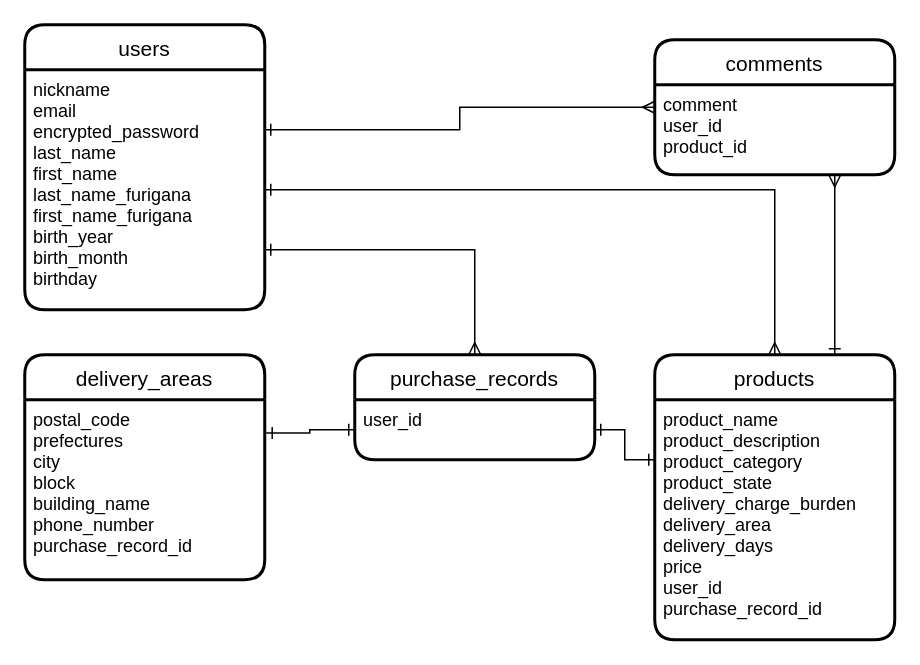
Earlier version of the draw.io diagram er.dio (HijiriOkuhara/furima-36024). Source tidied: cells renumbered, new cells numbered last; positions are measured from the earlier drawing's top-left corner, leaving out a move shared by most shapes. Both pictures are drawn from the tidied source at 150%, with x=0, y=0 at pixel (24, 24).
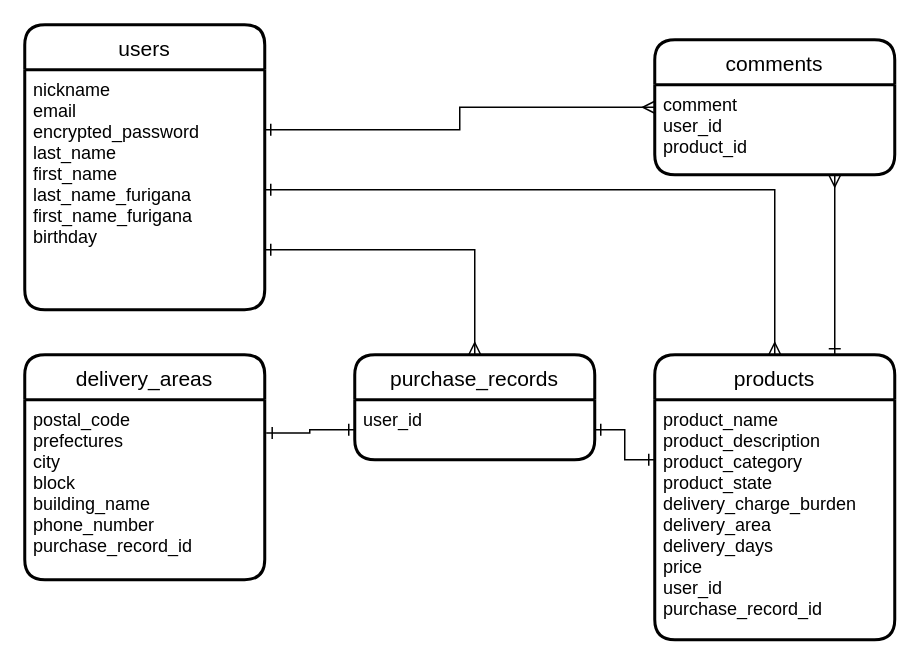
After the change.

What changed in the source:
```diff
@@
 <mxGraphModel>
   <root>
     <mxCell id="0" />
     <mxCell id="1" parent="0" />
     <mxCell id="2" value="users" style="swimlane;horizontal=1;startSize=30;rounded=1;fontSize=14;fontStyle=0;strokeWidth=2;shadow=0;dashed=0;align=center;" parent="1" vertex="1">
       <mxGeometry width="160" height="190" as="geometry" />
     </mxCell>
-    <mxCell id="3" value="nickname&#10;email&#10;encrypted_password&#10;last_name&#10;first_name&#10;last_name_furigana&#10;first_name_furigana&#10;birth_year&#10;birth_month&#10;birthday" style="align=left;strokeColor=none;fillColor=none;spacingLeft=4;fontSize=12;verticalAlign=top;" parent="2" vertex="1">
+    <mxCell id="3" value="nickname&#10;email&#10;encrypted_password&#10;last_name&#10;first_name&#10;last_name_furigana&#10;first_name_furigana&#10;birthday" style="align=left;strokeColor=none;fillColor=none;spacingLeft=4;fontSize=12;verticalAlign=top;" parent="2" vertex="1">
       <mxGeometry y="30" width="160" height="160" as="geometry" />
     </mxCell>
     <mxCell id="4" style="edgeStyle=orthogonalEdgeStyle;rounded=0;jettySize=auto;html=1;exitX=0.75;exitY=0;exitDx=0;exitDy=0;entryX=0.75;entryY=1;entryDx=0;entryDy=0;startArrow=ERone;startFill=0;endArrow=ERmany;endFill=0;" parent="1" edge="1" source="5" target="8">
       <mxGeometry relative="1" as="geometry" />
     </mxCell>
     <mxCell id="5" value="products" style="swimlane;horizontal=1;startSize=30;rounded=1;fontSize=14;fontStyle=0;strokeWidth=2;shadow=0;dashed=0;align=center;" parent="1" vertex="1">
       <mxGeometry x="420" y="220" width="160" height="190" as="geometry" />
     </mxCell>
     <mxCell id="6" value="product_name&#10;product_description&#10;product_category&#10;product_state&#10;delivery_charge_burden&#10;delivery_area&#10;delivery_days&#10;price&#10;user_id&#10;purchase_record_id" style="align=left;strokeColor=none;fillColor=none;spacingLeft=4;fontSize=12;verticalAlign=top;" parent="5" vertex="1">
       <mxGeometry y="30" width="160" height="160" as="geometry" />
     </mxCell>
     <mxCell id="7" value="comments" style="swimlane;horizontal=1;startSize=30;rounded=1;fontSize=14;fontStyle=0;strokeWidth=2;shadow=0;dashed=0;align=center;" parent="1" vertex="1">
       <mxGeometry x="420" y="10" width="160" height="90" as="geometry" />
     </mxCell>
     <mxCell id="8" value="comment&#10;user_id&#10;product_id" style="align=left;strokeColor=none;fillColor=none;spacingLeft=4;fontSize=12;verticalAlign=top;" parent="7" vertex="1">
       <mxGeometry y="30" width="160" height="60" as="geometry" />
     </mxCell>
     <mxCell id="9" value="purchase_records" style="swimlane;horizontal=1;startSize=30;rounded=1;fontSize=14;fontStyle=0;strokeWidth=2;shadow=0;dashed=0;align=center;" parent="1" vertex="1">
       <mxGeometry x="220" y="220" width="160" height="70" as="geometry" />
     </mxCell>
     <mxCell id="10" value="user_id" style="align=left;strokeColor=none;fillColor=none;spacingLeft=4;fontSize=12;verticalAlign=top;" parent="9" vertex="1">
       <mxGeometry y="30" width="160" height="40" as="geometry" />
     </mxCell>
     <mxCell id="11" value="delivery_areas" style="swimlane;horizontal=1;startSize=30;rounded=1;fontSize=14;fontStyle=0;strokeWidth=2;shadow=0;dashed=0;align=center;" parent="1" vertex="1">
       <mxGeometry y="220" width="160" height="150" as="geometry" />
     </mxCell>
     <mxCell id="12" value="postal_code&#10;prefectures&#10;city&#10;block&#10;building_name&#10;phone_number&#10;purchase_record_id" style="align=left;strokeColor=none;fillColor=none;spacingLeft=4;fontSize=12;verticalAlign=top;" parent="11" vertex="1">
       <mxGeometry y="30" width="160" height="120" as="geometry" />
     </mxCell>
     <mxCell id="13" style="edgeStyle=orthogonalEdgeStyle;rounded=0;jettySize=auto;html=1;exitX=1;exitY=0.25;exitDx=0;exitDy=0;entryX=0;entryY=0.25;entryDx=0;entryDy=0;startArrow=ERone;startFill=0;endArrow=ERmany;endFill=0;" parent="1" edge="1" source="3" target="8">
       <mxGeometry relative="1" as="geometry" />
     </mxCell>
     <mxCell id="14" style="edgeStyle=orthogonalEdgeStyle;rounded=0;jettySize=auto;html=1;exitX=1;exitY=0.5;exitDx=0;exitDy=0;entryX=0.5;entryY=0;entryDx=0;entryDy=0;startArrow=ERone;startFill=0;endArrow=ERmany;endFill=0;" parent="1" edge="1" source="3" target="5">
       <mxGeometry relative="1" as="geometry" />
     </mxCell>
     <mxCell id="15" style="edgeStyle=orthogonalEdgeStyle;rounded=0;jettySize=auto;html=1;exitX=1;exitY=0.5;exitDx=0;exitDy=0;entryX=0;entryY=0.25;entryDx=0;entryDy=0;startArrow=ERone;startFill=0;endArrow=ERone;endFill=0;" parent="1" edge="1" source="10" target="6">
       <mxGeometry relative="1" as="geometry" />
     </mxCell>
     <mxCell id="16" style="edgeStyle=orthogonalEdgeStyle;rounded=0;jettySize=auto;html=1;exitX=0;exitY=0.5;exitDx=0;exitDy=0;entryX=1.006;entryY=0.185;entryDx=0;entryDy=0;entryPerimeter=0;startArrow=ERone;startFill=0;endArrow=ERone;endFill=0;" parent="1" edge="1" source="10" target="12">
       <mxGeometry relative="1" as="geometry" />
     </mxCell>
     <mxCell id="17" style="edgeStyle=orthogonalEdgeStyle;rounded=0;jettySize=auto;html=1;exitX=1;exitY=0.75;exitDx=0;exitDy=0;entryX=0.5;entryY=0;entryDx=0;entryDy=0;startArrow=ERone;startFill=0;endArrow=ERmany;endFill=0;" parent="1" edge="1" source="3" target="9">
       <mxGeometry relative="1" as="geometry" />
     </mxCell>
   </root>
 </mxGraphModel>
```
